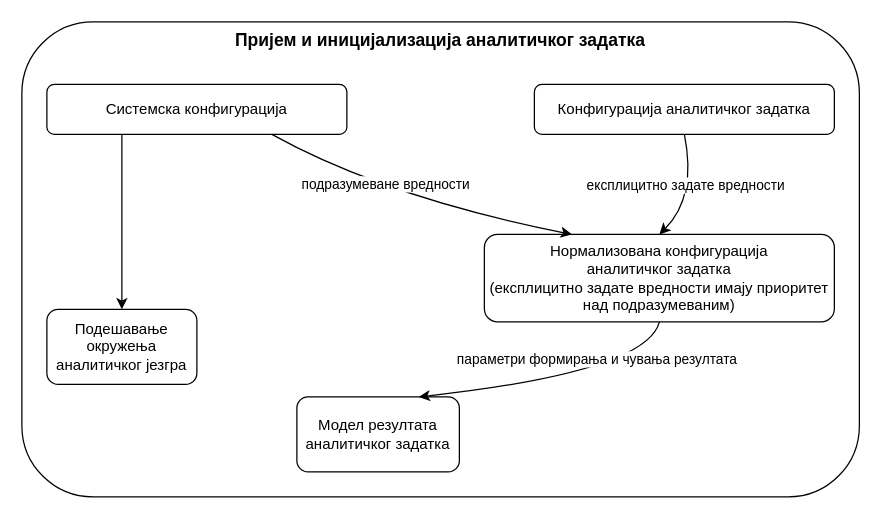
Earlier version of the draw.io diagram figures/system-design-diagrams/src/analytical-task-initialization-diagram.drawio (RogovGreg/master-thesis). Source tidied: cells renumbered, new cells numbered last; positions are measured from the earlier drawing's top-left corner, leaving out a move shared by most shapes. Both pictures are drawn from the tidied source at 125%, with x=0, y=0 at pixel (21, 21).
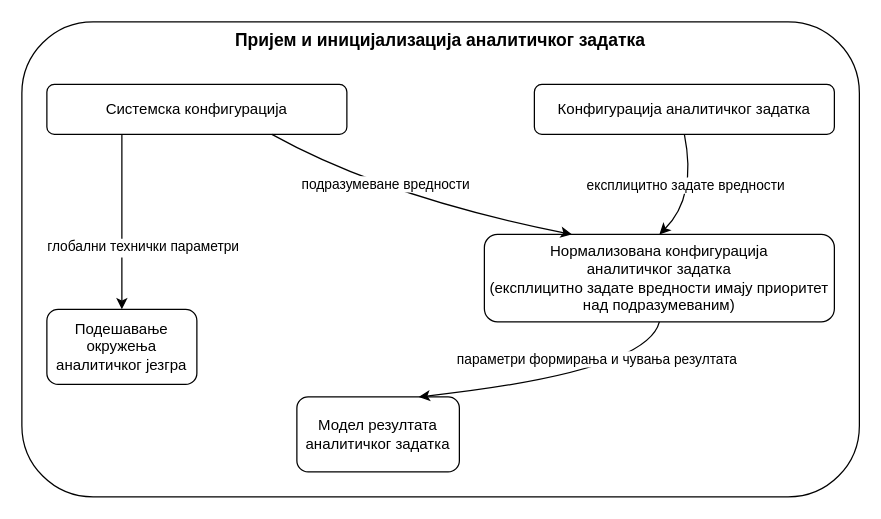
Above is the later version.

The change refers to these unchanged cells:
```xml
<mxCell id="4" style="edgeStyle=orthogonalEdgeStyle;rounded=0;jettySize=auto;html=1;exitX=0.25;exitY=1;exitDx=0;exitDy=0;entryX=0.5;entryY=0;entryDx=0;entryDy=0;" parent="1" edge="1" source="5" target="8">
  <mxGeometry relative="1" as="geometry" />
</mxCell>
```

Change to the diagram source:
```diff
@@
+    <mxCell id="15" value="&lt;code&gt;&lt;font face=&quot;Helvetica&quot;&gt;глобални технички параметри&lt;/font&gt;&lt;/code&gt;" style="edgeLabel;html=1;align=center;verticalAlign=middle;" parent="4" vertex="1">
+      <mxGeometry x="0.07" y="-3" relative="1" as="geometry">
+        <mxPoint x="19" y="15" as="offset" />
+      </mxGeometry>
+    </mxCell>
```
